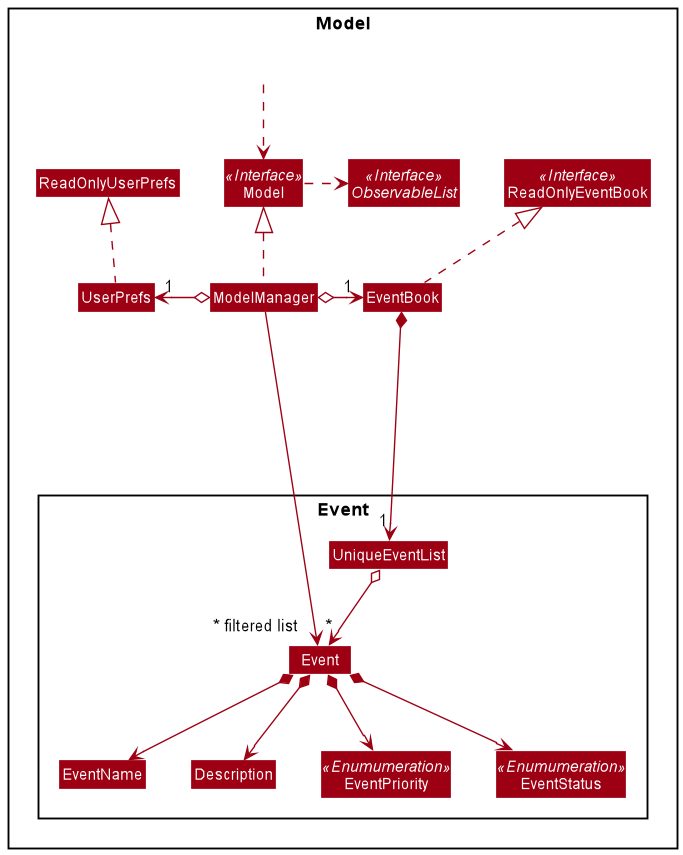
This is docs/diagrams/ModelClassDiagram.png from nus-cs2103-AY2021S2/tp, a PlantUML export, as it was before one commit. Source of this version:
```plantuml
@startuml
!include style.puml
skinparam arrowThickness 1.1
skinparam arrowColor MODEL_COLOR
skinparam classBackgroundColor MODEL_COLOR

Package Model <<Rectangle>>{
Interface ReadOnlyEventBook <<Interface>>
Interface Model <<Interface>>
Interface ObservableList <<Interface>>
Class EventBook
Class ReadOnlyEventBook
Class Model
Class ModelManager
Class UserPrefs
Class ReadOnlyUserPrefs

Package Event {
Class Event
Class Description
Class EventName
enum EventStatus <<Enumumeration>>
enum EventPriority <<Enumumeration>>
Class UniqueEventList
}

Class HiddenOutside #FFFFFF
HiddenOutside ..> Model

EventBook .up.|> ReadOnlyEventBook

ModelManager .up.|> Model
Model .right.> ObservableList
ModelManager o-> "1" EventBook
ModelManager o-left-> "1" UserPrefs
UserPrefs .up.|> ReadOnlyUserPrefs

EventBook *--> "1" UniqueEventList
UniqueEventList o--> "*" Event
Event *--> EventName
Event *--> Description
Event *--> EventPriority
Event *--> EventStatus

EventName -[hidden]right-> Description
Description -[hidden]right-> EventPriority
EventPriority -[hidden]right-> EventStatus

ModelManager ----->" ~* filtered list" Event
@enduml
```
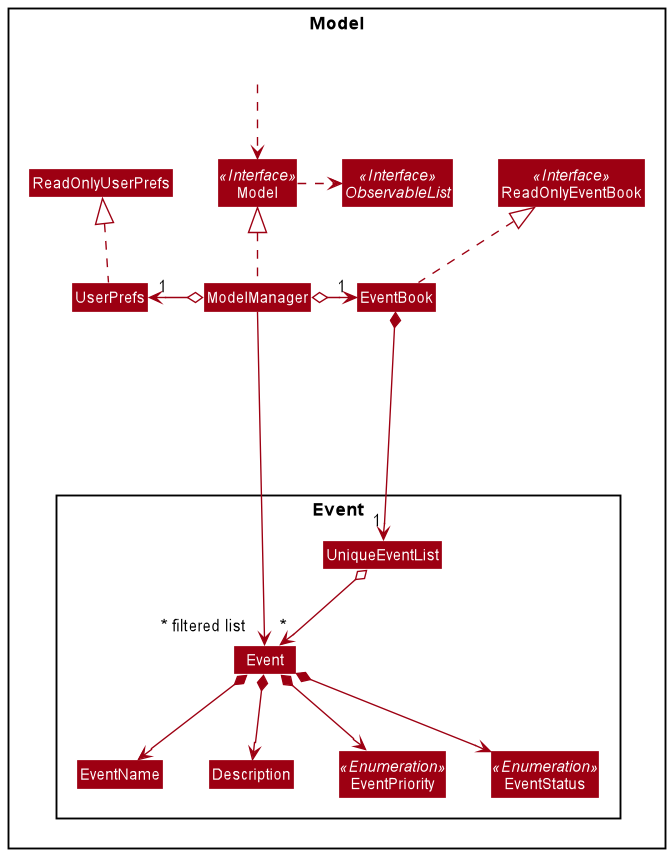
Above is the later version.

Diff of the diagram source:
```diff
@@ -19,8 +19,8 @@
 Class Event
 Class Description
 Class EventName
-enum EventStatus <<Enumumeration>>
-enum EventPriority <<Enumumeration>>
+enum EventStatus <<Enumeration>>
+enum EventPriority <<Enumeration>>
 Class UniqueEventList
 }
 
```
